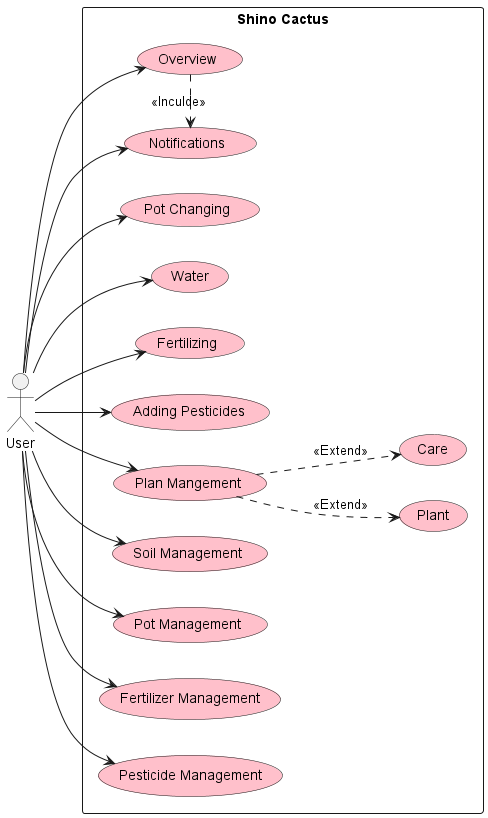
Above: out/UML/Concept/Usecase.png in Shinodari/CactusMan-Analysis (PlantUML), before the change.
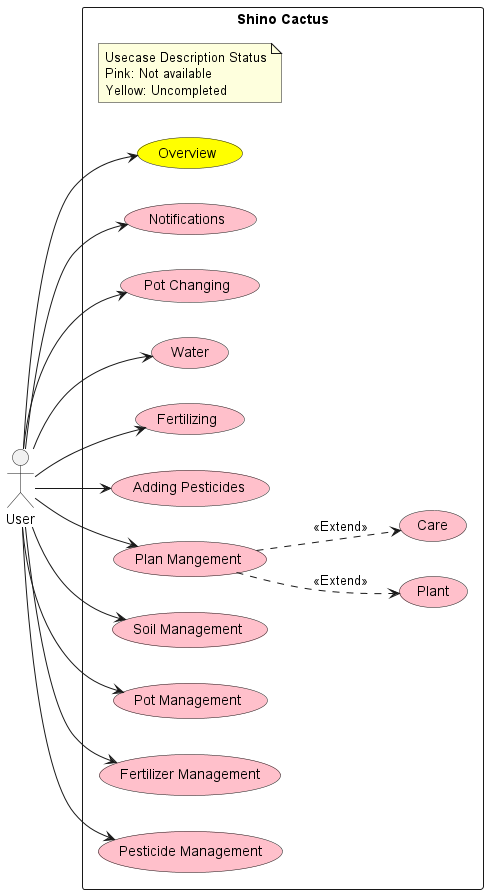
Above is the later version.

Commit message:
fix(usecase & des 1.1): notification not include

Diff of the diagram source:
```diff
@@ -1,8 +1,10 @@
 @startuml Usecase
 left to right direction
 actor User
-rectangle "Shino Cactus"{
-    usecase Overview #pink
+rectangle "Shino Cactus" as ShinoCactus{
+    note "Usecase Description Status\nPink: Not available\nYellow: Uncompleted" as CommonNote
+
+    usecase Overview #Yellow
     usecase Notifications #pink
     usecase "Pot Changing" as PotC #pink
     usecase Water #pink
@@ -17,6 +19,7 @@
     usecase "Pesticide Management" as PesticideM #pink
 }
 
+
 User --> Overview
 User --> Notifications
 User --> PotC
@@ -29,8 +32,8 @@
 User --> FertilizerM
 User --> PesticideM
 
-Overview .> Notifications : <<Inculde>>
-
 PlanM ..> Plant : <<Extend>>
 PlanM ..> Care : <<Extend>>
+
+
 @enduml
```
